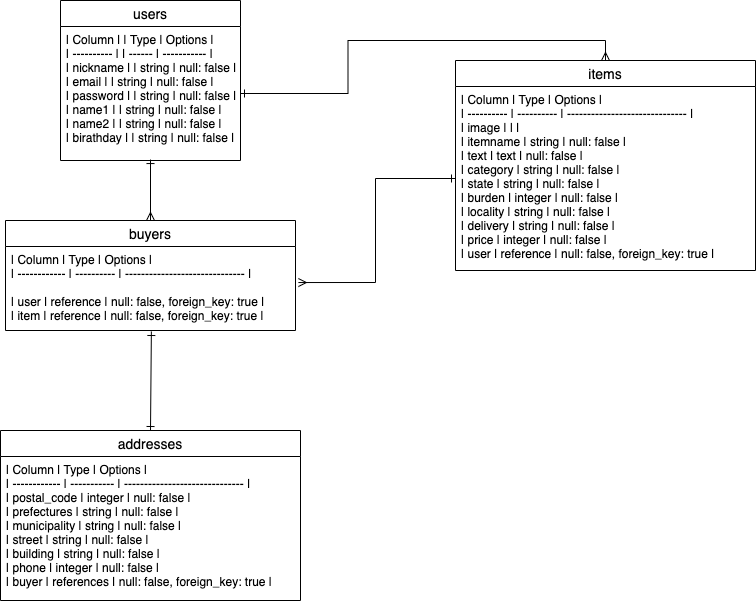
Earlier version of the draw.io export furima..drawio.png (aoi276/furima-34261). Source tidied: cells renumbered, new cells last; positions are measured from the earlier drawing's top-left corner, leaving out a move shared by most shapes.
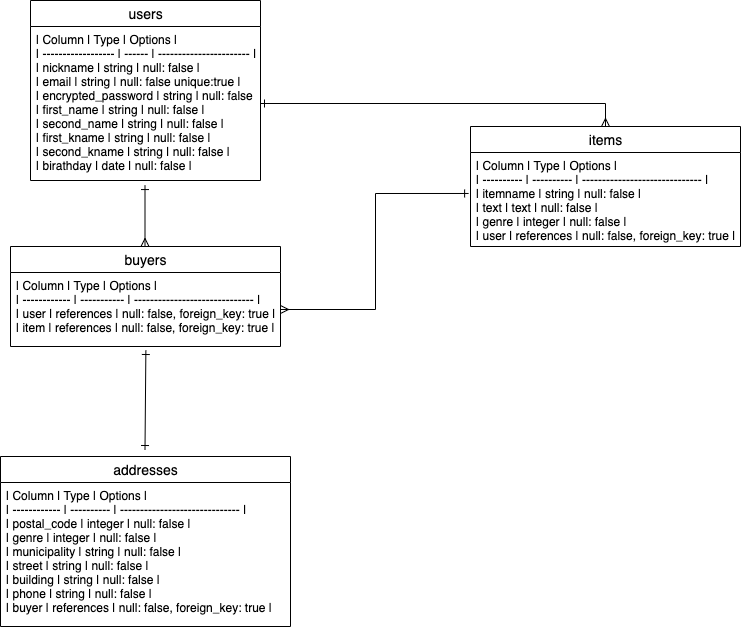
After the change.

Commit message:
データベース設計3

Diff of the diagram source:
```diff
@@ -2,41 +2,47 @@
   <root>
     <mxCell id="0" />
     <mxCell id="1" parent="0" />
-    <mxCell id="2" style="edgeStyle=orthogonalEdgeStyle;rounded=0;jumpSize=30;jettySize=auto;html=1;exitX=0.5;exitY=0;exitDx=0;exitDy=0;entryX=1;entryY=0.5;entryDx=0;entryDy=0;startArrow=ERmany;startFill=0;endArrow=ERone;endFill=0;targetPerimeterSpacing=0;" parent="1" edge="1" source="3" target="8">
-      <mxGeometry relative="1" as="geometry" />
-    </mxCell>
-    <mxCell id="3" value="items" style="swimlane;fontStyle=0;horizontal=1;startSize=26;align=center;fontSize=14;" parent="1" vertex="1">
-      <mxGeometry x="455" y="60" width="300" height="210" as="geometry" />
-    </mxCell>
-    <mxCell id="4" value="| Column     | Type       | Options                        |&#10;| ---------- | ---------- | ------------------------------ |&#10;| image      |            |                                | &#10;| itemname   | string     | null: false                    |&#10;| text       | text       | null: false                    |&#10;| category   | string     | null: false                    |&#10;| state      | string     | null: false                    |&#10;| burden     | integer    | null: false                    |&#10;| locality   | string     | null: false                    |&#10;| delivery   | string     | null: false                    |&#10;| price      | integer    | null: false                    |&#10;| user       | reference  | null: false, foreign_key: true |" style="text;strokeColor=none;fillColor=none;spacingLeft=4;spacingRight=4;overflow=hidden;points=[[0,0.5],[1,0.5]];portConstraint=eastwest;fontSize=12;" parent="3" vertex="1">
-      <mxGeometry y="26" width="300" height="184" as="geometry" />
-    </mxCell>
-    <mxCell id="5" value="buyers" style="swimlane;fontStyle=0;horizontal=1;startSize=26;align=center;fontSize=14;" parent="1" vertex="1">
-      <mxGeometry x="5" y="220" width="290" height="110" as="geometry" />
-    </mxCell>
-    <mxCell id="6" value="| Column       | Type       | Options                        |&#10;| ------------ | ---------- | ------------------------------ |&#10;&#10;| user         | reference  | null: false, foreign_key: true |&#10;| item         | reference  | null: false, foreign_key: true |" style="text;strokeColor=none;fillColor=none;spacingLeft=4;spacingRight=4;overflow=hidden;points=[[0,0.5],[1,0.5]];portConstraint=eastwest;fontSize=12;" parent="5" vertex="1">
-      <mxGeometry y="26" width="290" height="84" as="geometry" />
-    </mxCell>
-    <mxCell id="7" value="users" style="swimlane;fontStyle=0;horizontal=1;startSize=26;align=center;fontSize=14;" parent="1" vertex="1">
-      <mxGeometry x="60" width="180" height="160" as="geometry" />
-    </mxCell>
-    <mxCell id="8" value="| Column     | | Type   | Options     |&#10;| ---------- | | ------ | ----------- |&#10;| nickname   | | string | null: false |&#10;| email      | | string | null: false |&#10;| password   | | string | null: false |&#10;| name1      | | string | null: false |&#10;| name2      | | string | null: false |&#10;| birathday  | | string | null: false |" style="text;strokeColor=none;fillColor=none;spacingLeft=4;spacingRight=4;overflow=hidden;points=[[0,0.5],[1,0.5]];portConstraint=eastwest;fontSize=12;" parent="7" vertex="1">
-      <mxGeometry y="26" width="180" height="134" as="geometry" />
-    </mxCell>
-    <mxCell id="9" value="addresses" style="swimlane;fontStyle=0;horizontal=1;startSize=26;align=center;fontSize=14;" parent="1" vertex="1">
-      <mxGeometry y="430" width="300" height="170" as="geometry" />
-    </mxCell>
-    <mxCell id="10" value="| Column       | Type        | Options                        |&#10;| ------------ | ----------- | ------------------------------ |&#10;| postal_code  | integer    | null: false                     |&#10;| prefectures  | string     | null: false                     |&#10;| municipality | string     | null: false                     |&#10;| street       | string     | null: false                     |&#10;| building     | string     | null: false                     |&#10;| phone        | integer    | null: false                     |&#10;| buyer        | references  | null: false, foreign_key: true |" style="text;strokeColor=none;fillColor=none;spacingLeft=4;spacingRight=4;overflow=hidden;fontSize=12;" parent="9" vertex="1">
-      <mxGeometry y="26" width="300" height="144" as="geometry" />
-    </mxCell>
-    <mxCell id="11" style="endArrow=ERone;html=1;rounded=0;entryX=0.5;entryY=0.993;entryDx=0;entryDy=0;entryPerimeter=0;exitX=0.5;exitY=0;exitDx=0;exitDy=0;startArrow=ERmany;startFill=0;endFill=0;" parent="1" edge="1" source="5" target="8">
-      <mxGeometry relative="1" as="geometry" />
+    <mxCell id="11" style="endArrow=ERone;html=1;rounded=0;entryX=0.5;entryY=0.993;entryDx=0;entryDy=0;entryPerimeter=0;exitX=0.5;exitY=0;exitDx=0;exitDy=0;startArrow=ERmany;startFill=0;endFill=0;" parent="1" edge="1">
+      <mxGeometry relative="1" as="geometry">
+        <mxPoint x="129.5" y="230" as="sourcePoint" />
+        <mxPoint x="129.5" y="169.1" as="targetPoint" />
+      </mxGeometry>
     </mxCell>
-    <mxCell id="12" style="endArrow=ERone;html=1;rounded=0;entryX=0.503;entryY=1.012;entryDx=0;entryDy=0;entryPerimeter=0;exitX=0.5;exitY=0;exitDx=0;exitDy=0;startArrow=ERone;startFill=0;endFill=0;" parent="1" edge="1" source="9" target="6">
-      <mxGeometry relative="1" as="geometry" />
+    <mxCell id="12" style="endArrow=ERone;html=1;rounded=0;entryX=0.503;entryY=1.012;entryDx=0;entryDy=0;entryPerimeter=0;exitX=0.5;exitY=0;exitDx=0;exitDy=0;startArrow=ERone;startFill=0;endFill=0;" parent="1" edge="1">
+      <mxGeometry relative="1" as="geometry">
+        <mxPoint x="129.5" y="433" as="sourcePoint" />
+        <mxPoint x="130.4" y="334" as="targetPoint" />
+      </mxGeometry>
     </mxCell>
-    <mxCell id="13" style="edgeStyle=orthogonalEdgeStyle;rounded=0;jumpSize=30;jettySize=auto;html=1;entryX=1.01;entryY=0.429;entryDx=0;entryDy=0;entryPerimeter=0;startArrow=ERone;startFill=0;endArrow=ERmany;endFill=0;targetPerimeterSpacing=0;" parent="1" edge="1" source="4" target="6">
+    <mxCell id="13" style="edgeStyle=orthogonalEdgeStyle;rounded=0;jumpSize=30;jettySize=auto;html=1;entryX=1;entryY=0.5;entryDx=0;entryDy=0;startArrow=ERone;startFill=0;endArrow=ERmany;endFill=0;targetPerimeterSpacing=0;exitX=-0.007;exitY=0.436;exitDx=0;exitDy=0;exitPerimeter=0;" parent="1" edge="1" source="17" target="15">
       <mxGeometry relative="1" as="geometry" />
     </mxCell>
+    <mxCell id="7" value="users" style="swimlane;fontStyle=0;horizontal=1;startSize=26;align=center;fontSize=14;html=1;" parent="1" vertex="1">
+      <mxGeometry x="15" y="-16" width="230" height="180" as="geometry" />
+    </mxCell>
+    <mxCell id="14" value="| Column             | Type   | Options                 |&#10;| ------------------ | ------ | ----------------------- |&#10;| nickname           | string | null: false             |&#10;| email              | string | null: false unique:true |&#10;| encrypted_password | string | null: false             |&#10;| first_name         | string | null: false             |&#10;| second_name        | string | null: false             |&#10;| first_kname        | string | null: false             |&#10;| second_kname       | string | null: false             |&#10;| birathday          | date   | null: false             |" style="text;strokeColor=none;fillColor=none;spacingLeft=4;spacingRight=4;overflow=hidden;points=[[0,0.5],[1,0.5]];portConstraint=eastwest;fontSize=12;" parent="7" vertex="1">
+      <mxGeometry y="26" width="230" height="154" as="geometry" />
+    </mxCell>
+    <mxCell id="5" value="buyers" style="swimlane;fontStyle=0;horizontal=1;startSize=26;align=center;fontSize=14;html=1;" parent="1" vertex="1">
+      <mxGeometry x="-5" y="230" width="270" height="100" as="geometry" />
+    </mxCell>
+    <mxCell id="15" value="| Column       | Type        | Options                        |&#10;| ------------ | ----------- | ------------------------------ |&#10;| user         | references  | null: false, foreign_key: true |&#10;| item         | references  | null: false, foreign_key: true |" style="text;strokeColor=none;fillColor=none;spacingLeft=4;spacingRight=4;overflow=hidden;points=[[0,0.5],[1,0.5]];portConstraint=eastwest;fontSize=12;" parent="5" vertex="1">
+      <mxGeometry y="26" width="270" height="74" as="geometry" />
+    </mxCell>
+    <mxCell id="9" value="addresses" style="swimlane;fontStyle=0;horizontal=1;startSize=26;align=center;fontSize=14;html=1;" parent="1" vertex="1">
+      <mxGeometry x="-15" y="440" width="290" height="170" as="geometry" />
+    </mxCell>
+    <mxCell id="16" value="| Column       | Type       | Options                        |&#10;| ------------ | ---------- | ------------------------------ |&#10;| postal_code  | integer    | null: false                    |&#10;| genre        | integer    | null: false                    |&#10;| municipality | string     | null: false                    |&#10;| street       | string     | null: false                    |&#10;| building     | string     | null: false                    |&#10;| phone        | string     | null: false                    |&#10;| buyer        | references | null: false, foreign_key: true |" style="text;strokeColor=none;fillColor=none;spacingLeft=4;spacingRight=4;overflow=hidden;fontSize=12;" parent="9" vertex="1">
+      <mxGeometry y="26" width="290" height="144" as="geometry" />
+    </mxCell>
+    <mxCell id="3" value="items" style="swimlane;fontStyle=0;horizontal=1;startSize=26;align=center;fontSize=14;html=1;" parent="1" vertex="1">
+      <mxGeometry x="455" y="110" width="270" height="120" as="geometry" />
+    </mxCell>
+    <mxCell id="17" value="| Column     | Type       | Options                        |&#10;| ---------- | ---------- | ------------------------------ |&#10;| itemname   | string     | null: false                    |&#10;| text       | text       | null: false                    |&#10;| genre      | integer    | null: false                    |&#10;| user       | references | null: false, foreign_key: true |" style="text;strokeColor=none;fillColor=none;spacingLeft=4;spacingRight=4;overflow=hidden;points=[[0,0.5],[1,0.5]];portConstraint=eastwest;fontSize=12;" parent="3" vertex="1">
+      <mxGeometry y="26" width="270" height="94" as="geometry" />
+    </mxCell>
+    <mxCell id="18" style="edgeStyle=orthogonalEdgeStyle;rounded=0;jettySize=auto;html=1;fontFamily=Helvetica;entryX=0.5;entryY=0;entryDx=0;entryDy=0;startArrow=ERone;startFill=0;endArrow=ERmany;endFill=0;" parent="1" edge="1" source="14" target="3">
+      <mxGeometry relative="1" as="geometry" />
+    </mxCell>
   </root>
 </mxGraphModel>
```
